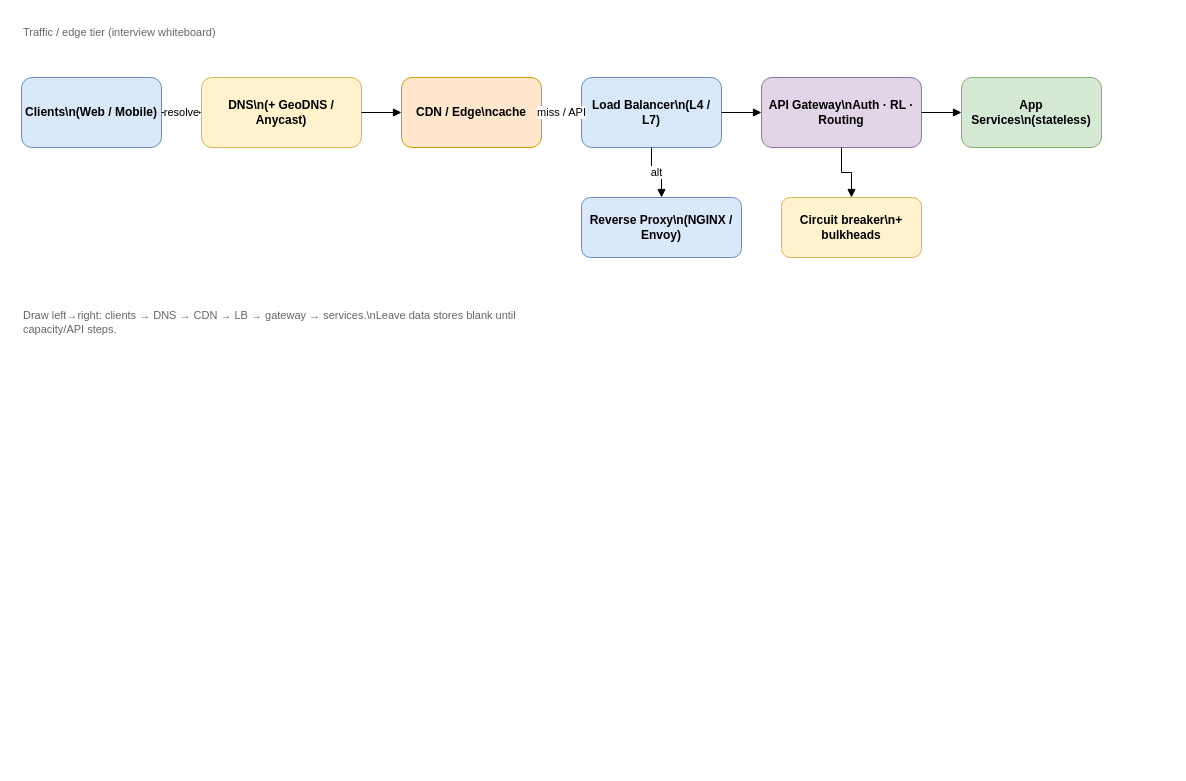
yazeedsawalha/system-design keeps this draw.io diagram as diagrams/foundations-traffic-tier.drawio. Above is the earlier version. Source tidied: cells renumbered, new cells numbered last; positions are measured from the earlier drawing's top-left corner, leaving out a move shared by most shapes. Both pictures are drawn from the tidied source at 100%, with x=0, y=0 at pixel (21, 17).
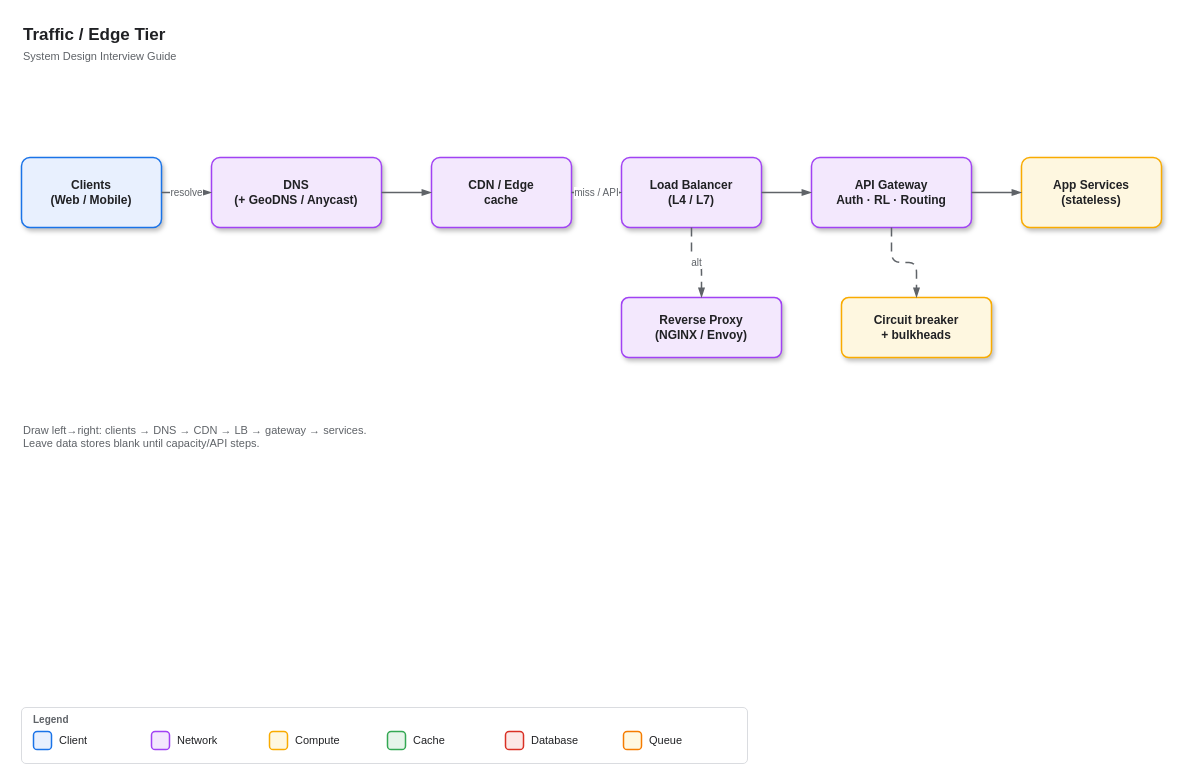
Above is the later version.

Change to the diagram source:
```diff
@@
-<mxGraphModel>
+<mxGraphModel background="#ffffff">
@@
-    <mxCell id="2" value="Traffic / edge tier (interview whiteboard)" style="text;html=1;strokeColor=none;fillColor=none;align=left;verticalAlign=middle;whiteSpace=wrap;rounded=0;fontSize=11;fontColor=#666666;" parent="1" vertex="1">
-      <mxGeometry width="420" height="30" as="geometry" />
-    </mxCell>
-    <mxCell id="3" value="Clients\n(Web / Mobile)" style="rounded=1;whiteSpace=wrap;html=1;fillColor=#dae8fc;strokeColor=#6c8ebf;fontStyle=1;fontSize=12;" parent="1" vertex="1">
-      <mxGeometry y="60" width="140" height="70" as="geometry" />
-    </mxCell>
-    <mxCell id="4" value="DNS\n(+ GeoDNS / Anycast)" style="rounded=1;whiteSpace=wrap;html=1;fillColor=#fff2cc;strokeColor=#d6b656;fontStyle=1;fontSize=12;" parent="1" vertex="1">
-      <mxGeometry x="180" y="60" width="160" height="70" as="geometry" />
-    </mxCell>
-    <mxCell id="5" value="CDN / Edge\ncache" style="rounded=1;whiteSpace=wrap;html=1;fillColor=#ffe6cc;strokeColor=#d79b00;fontStyle=1;fontSize=12;" parent="1" vertex="1">
-      <mxGeometry x="380" y="60" width="140" height="70" as="geometry" />
-    </mxCell>
-    <mxCell id="6" value="Load Balancer\n(L4 / L7)" style="rounded=1;whiteSpace=wrap;html=1;fillColor=#dae8fc;strokeColor=#6c8ebf;fontStyle=1;fontSize=12;" parent="1" vertex="1">
-      <mxGeometry x="560" y="60" width="140" height="70" as="geometry" />
-    </mxCell>
-    <mxCell id="7" value="API Gateway\nAuth · RL · Routing" style="rounded=1;whiteSpace=wrap;html=1;fillColor=#e1d5e7;strokeColor=#9673a6;fontStyle=1;fontSize=12;" parent="1" vertex="1">
-      <mxGeometry x="740" y="60" width="160" height="70" as="geometry" />
-    </mxCell>
-    <mxCell id="8" value="App Services\n(stateless)" style="rounded=1;whiteSpace=wrap;html=1;fillColor=#d5e8d4;strokeColor=#82b366;fontStyle=1;fontSize=12;" parent="1" vertex="1">
-      <mxGeometry x="940" y="60" width="140" height="70" as="geometry" />
-    </mxCell>
-    <mxCell id="9" value="Reverse Proxy\n(NGINX / Envoy)" style="rounded=1;whiteSpace=wrap;html=1;fillColor=#dae8fc;strokeColor=#6c8ebf;fontStyle=1;fontSize=12;" parent="1" vertex="1">
-      <mxGeometry x="560" y="180" width="160" height="60" as="geometry" />
-    </mxCell>
-    <mxCell id="10" value="Circuit breaker\n+ bulkheads" style="rounded=1;whiteSpace=wrap;html=1;fillColor=#fff2cc;strokeColor=#d6b656;fontStyle=1;fontSize=12;" parent="1" vertex="1">
-      <mxGeometry x="760" y="180" width="140" height="60" as="geometry" />
-    </mxCell>
-    <mxCell id="11" value="Draw left→right: clients → DNS → CDN → LB → gateway → services.\nLeave data stores blank until capacity/API steps." style="text;html=1;strokeColor=none;fillColor=none;align=left;verticalAlign=middle;whiteSpace=wrap;rounded=0;fontSize=11;fontColor=#666666;" parent="1" vertex="1">
-      <mxGeometry y="280" width="520" height="50" as="geometry" />
-    </mxCell>
+    <mxCell id="19" value="Traffic / Edge Tier" style="text;html=1;strokeColor=none;fillColor=none;align=left;verticalAlign=middle;whiteSpace=wrap;rounded=0;fontSize=17;fontStyle=1;fontFamily=Helvetica;fontColor=#202124;" parent="1" vertex="1">
+      <mxGeometry y="4" width="700" height="28" as="geometry" />
+    </mxCell>
+    <mxCell id="20" value="System Design Interview Guide" style="text;html=1;strokeColor=none;fillColor=none;align=left;verticalAlign=middle;whiteSpace=wrap;rounded=0;fontSize=11;fontFamily=Helvetica;fontColor=#5F6368;" parent="1" vertex="1">
+      <mxGeometry y="30" width="280" height="18" as="geometry" />
+    </mxCell>
+    <mxCell id="21" value="Clients&#10;(Web / Mobile)" style="rounded=1;whiteSpace=wrap;html=1;arcSize=12;fillColor=#E8F0FE;strokeColor=#1A73E8;strokeWidth=1.5;fontStyle=1;fontSize=12;fontFamily=Helvetica;fontColor=#202124;shadow=1;" parent="1" vertex="1">
+      <mxGeometry y="140" width="140" height="70" as="geometry" />
+    </mxCell>
+    <mxCell id="22" value="DNS&#10;(+ GeoDNS / Anycast)" style="rounded=1;whiteSpace=wrap;html=1;arcSize=12;fillColor=#F3E8FD;strokeColor=#A142F4;strokeWidth=1.5;fontStyle=1;fontSize=12;fontFamily=Helvetica;fontColor=#202124;shadow=1;" parent="1" vertex="1">
+      <mxGeometry x="190" y="140" width="170" height="70" as="geometry" />
+    </mxCell>
+    <mxCell id="23" value="CDN / Edge&#10;cache" style="rounded=1;whiteSpace=wrap;html=1;arcSize=12;fillColor=#F3E8FD;strokeColor=#A142F4;strokeWidth=1.5;fontStyle=1;fontSize=12;fontFamily=Helvetica;fontColor=#202124;shadow=1;" parent="1" vertex="1">
+      <mxGeometry x="410" y="140" width="140" height="70" as="geometry" />
+    </mxCell>
+    <mxCell id="24" value="Load Balancer&#10;(L4 / L7)" style="rounded=1;whiteSpace=wrap;html=1;arcSize=12;fillColor=#F3E8FD;strokeColor=#A142F4;strokeWidth=1.5;fontStyle=1;fontSize=12;fontFamily=Helvetica;fontColor=#202124;shadow=1;" parent="1" vertex="1">
+      <mxGeometry x="600" y="140" width="140" height="70" as="geometry" />
+    </mxCell>
+    <mxCell id="25" value="API Gateway&#10;Auth · RL · Routing" style="rounded=1;whiteSpace=wrap;html=1;arcSize=12;fillColor=#F3E8FD;strokeColor=#A142F4;strokeWidth=1.5;fontStyle=1;fontSize=12;fontFamily=Helvetica;fontColor=#202124;shadow=1;" parent="1" vertex="1">
+      <mxGeometry x="790" y="140" width="160" height="70" as="geometry" />
+    </mxCell>
+    <mxCell id="26" value="App Services&#10;(stateless)" style="rounded=1;whiteSpace=wrap;html=1;arcSize=12;fillColor=#FEF7E0;strokeColor=#F9AB00;strokeWidth=1.5;fontStyle=1;fontSize=12;fontFamily=Helvetica;fontColor=#202124;shadow=1;" parent="1" vertex="1">
+      <mxGeometry x="1000" y="140" width="140" height="70" as="geometry" />
+    </mxCell>
+    <mxCell id="27" value="Reverse Proxy&#10;(NGINX / Envoy)" style="rounded=1;whiteSpace=wrap;html=1;arcSize=12;fillColor=#F3E8FD;strokeColor=#A142F4;strokeWidth=1.5;fontStyle=1;fontSize=12;fontFamily=Helvetica;fontColor=#202124;shadow=1;" parent="1" vertex="1">
+      <mxGeometry x="600" y="280" width="160" height="60" as="geometry" />
+    </mxCell>
+    <mxCell id="28" value="Circuit breaker&#10;+ bulkheads" style="rounded=1;whiteSpace=wrap;html=1;arcSize=12;fillColor=#FEF7E0;strokeColor=#F9AB00;strokeWidth=1.5;fontStyle=1;fontSize=12;fontFamily=Helvetica;fontColor=#202124;shadow=1;" parent="1" vertex="1">
+      <mxGeometry x="820" y="280" width="150" height="60" as="geometry" />
+    </mxCell>
-    <mxCell id="12" value="resolve" style="edgeStyle=orthogonalEdgeStyle;rounded=0;jettySize=auto;html=1;endArrow=block;endFill=1;" parent="1" edge="1" source="3" target="4">
+    <mxCell id="12" value="resolve" style="edgeStyle=orthogonalEdgeStyle;rounded=1;jettySize=auto;html=1;endArrow=blockThin;endFill=1;strokeWidth=1.5;strokeColor=#5F6368;fontFamily=Helvetica;fontSize=10;fontColor=#5F6368;" parent="1" edge="1" source="21" target="22">
       <mxGeometry relative="1" as="geometry" />
     </mxCell>
-    <mxCell id="13" style="edgeStyle=orthogonalEdgeStyle;rounded=0;jettySize=auto;html=1;endArrow=block;endFill=1;" parent="1" edge="1" source="4" target="5">
-      <mxGeometry relative="1" as="geometry" />
-    </mxCell>
+    <mxCell id="29" style="edgeStyle=orthogonalEdgeStyle;rounded=1;jettySize=auto;html=1;endArrow=blockThin;endFill=1;strokeWidth=1.5;strokeColor=#5F6368;fontFamily=Helvetica;fontSize=10;fontColor=#5F6368;" parent="1" edge="1" source="22" target="23">
+      <mxGeometry relative="1" as="geometry" />
+    </mxCell>
-    <mxCell id="14" value="miss / API" style="edgeStyle=orthogonalEdgeStyle;rounded=0;jettySize=auto;html=1;endArrow=block;endFill=1;" parent="1" edge="1" source="5" target="6">
+    <mxCell id="14" value="miss / API" style="edgeStyle=orthogonalEdgeStyle;rounded=1;jettySize=auto;html=1;endArrow=blockThin;endFill=1;strokeWidth=1.5;strokeColor=#5F6368;fontFamily=Helvetica;fontSize=10;fontColor=#5F6368;" parent="1" edge="1" source="23" target="24">
       <mxGeometry relative="1" as="geometry" />
     </mxCell>
-    <mxCell id="15" style="edgeStyle=orthogonalEdgeStyle;rounded=0;jettySize=auto;html=1;endArrow=block;endFill=1;" parent="1" edge="1" source="6" target="7">
-      <mxGeometry relative="1" as="geometry" />
-    </mxCell>
-    <mxCell id="16" style="edgeStyle=orthogonalEdgeStyle;rounded=0;jettySize=auto;html=1;endArrow=block;endFill=1;" parent="1" edge="1" source="7" target="8">
-      <mxGeometry relative="1" as="geometry" />
-    </mxCell>
+    <mxCell id="30" style="edgeStyle=orthogonalEdgeStyle;rounded=1;jettySize=auto;html=1;endArrow=blockThin;endFill=1;strokeWidth=1.5;strokeColor=#5F6368;fontFamily=Helvetica;fontSize=10;fontColor=#5F6368;" parent="1" edge="1" source="24" target="25">
+      <mxGeometry relative="1" as="geometry" />
+    </mxCell>
+    <mxCell id="31" style="edgeStyle=orthogonalEdgeStyle;rounded=1;jettySize=auto;html=1;endArrow=blockThin;endFill=1;strokeWidth=1.5;strokeColor=#5F6368;fontFamily=Helvetica;fontSize=10;fontColor=#5F6368;" parent="1" edge="1" source="25" target="26">
+      <mxGeometry relative="1" as="geometry" />
+    </mxCell>
-    <mxCell id="17" value="alt" style="edgeStyle=orthogonalEdgeStyle;rounded=0;jettySize=auto;html=1;endArrow=block;endFill=1;" parent="1" edge="1" source="6" target="9">
+    <mxCell id="17" value="alt" style="edgeStyle=orthogonalEdgeStyle;rounded=1;jettySize=auto;html=1;endArrow=blockThin;endFill=1;strokeWidth=1.5;strokeColor=#5F6368;fontFamily=Helvetica;fontSize=10;fontColor=#5F6368;dashed=1;dashPattern=6 4;" parent="1" edge="1" source="24" target="27">
       <mxGeometry relative="1" as="geometry" />
     </mxCell>
-    <mxCell id="18" style="edgeStyle=orthogonalEdgeStyle;rounded=0;jettySize=auto;html=1;endArrow=block;endFill=1;" parent="1" edge="1" source="7" target="10">
-      <mxGeometry relative="1" as="geometry" />
-    </mxCell>
+    <mxCell id="32" style="edgeStyle=orthogonalEdgeStyle;rounded=1;jettySize=auto;html=1;endArrow=blockThin;endFill=1;strokeWidth=1.5;strokeColor=#5F6368;fontFamily=Helvetica;fontSize=10;fontColor=#5F6368;dashed=1;dashPattern=6 4;" parent="1" edge="1" source="25" target="28">
+      <mxGeometry relative="1" as="geometry" />
+    </mxCell>
+    <mxCell id="33" value="Draw left→right: clients → DNS → CDN → LB → gateway → services.&#10;Leave data stores blank until capacity/API steps." style="text;html=1;strokeColor=none;fillColor=none;align=left;verticalAlign=top;whiteSpace=wrap;rounded=0;fontSize=11;fontFamily=Helvetica;fontColor=#5F6368;" parent="1" vertex="1">
+      <mxGeometry y="400" width="560" height="50" as="geometry" />
+    </mxCell>
+    <mxCell id="34" style="rounded=1;whiteSpace=wrap;html=1;arcSize=8;fillColor=#FFFFFF;strokeColor=#DADCE0;strokeWidth=1;shadow=0;" parent="1" vertex="1">
+      <mxGeometry y="690" width="726" height="56" as="geometry" />
+    </mxCell>
+    <mxCell id="35" value="Legend" style="text;html=1;strokeColor=none;fillColor=none;align=left;verticalAlign=middle;fontSize=10;fontStyle=1;fontFamily=Helvetica;fontColor=#5F6368;" parent="1" vertex="1">
+      <mxGeometry x="10" y="694" width="60" height="16" as="geometry" />
+    </mxCell>
+    <mxCell id="36" style="rounded=1;whiteSpace=wrap;html=1;arcSize=20;fillColor=#E8F0FE;strokeColor=#1A73E8;strokeWidth=1.5;" parent="1" vertex="1">
+      <mxGeometry x="12" y="714" width="18" height="18" as="geometry" />
+    </mxCell>
+    <mxCell id="37" value="Client" style="text;html=1;strokeColor=none;fillColor=none;align=left;verticalAlign=middle;fontSize=11;fontFamily=Helvetica;fontColor=#202124;" parent="1" vertex="1">
+      <mxGeometry x="36" y="712" width="90" height="22" as="geometry" />
+    </mxCell>
+    <mxCell id="38" style="rounded=1;whiteSpace=wrap;html=1;arcSize=20;fillColor=#F3E8FD;strokeColor=#A142F4;strokeWidth=1.5;" parent="1" vertex="1">
+      <mxGeometry x="130" y="714" width="18" height="18" as="geometry" />
+    </mxCell>
+    <mxCell id="39" value="Network" style="text;html=1;strokeColor=none;fillColor=none;align=left;verticalAlign=middle;fontSize=11;fontFamily=Helvetica;fontColor=#202124;" parent="1" vertex="1">
+      <mxGeometry x="154" y="712" width="90" height="22" as="geometry" />
+    </mxCell>
+    <mxCell id="40" style="rounded=1;whiteSpace=wrap;html=1;arcSize=20;fillColor=#FEF7E0;strokeColor=#F9AB00;strokeWidth=1.5;" parent="1" vertex="1">
+      <mxGeometry x="248" y="714" width="18" height="18" as="geometry" />
+    </mxCell>
+    <mxCell id="41" value="Compute" style="text;html=1;strokeColor=none;fillColor=none;align=left;verticalAlign=middle;fontSize=11;fontFamily=Helvetica;fontColor=#202124;" parent="1" vertex="1">
+      <mxGeometry x="272" y="712" width="90" height="22" as="geometry" />
+    </mxCell>
+    <mxCell id="42" style="rounded=1;whiteSpace=wrap;html=1;arcSize=20;fillColor=#E6F4EA;strokeColor=#34A853;strokeWidth=1.5;" parent="1" vertex="1">
+      <mxGeometry x="366" y="714" width="18" height="18" as="geometry" />
+    </mxCell>
+    <mxCell id="43" value="Cache" style="text;html=1;strokeColor=none;fillColor=none;align=left;verticalAlign=middle;fontSize=11;fontFamily=Helvetica;fontColor=#202124;" parent="1" vertex="1">
+      <mxGeometry x="390" y="712" width="90" height="22" as="geometry" />
+    </mxCell>
+    <mxCell id="44" style="rounded=1;whiteSpace=wrap;html=1;arcSize=20;fillColor=#FCE8E6;strokeColor=#D93025;strokeWidth=1.5;" parent="1" vertex="1">
+      <mxGeometry x="484" y="714" width="18" height="18" as="geometry" />
+    </mxCell>
+    <mxCell id="45" value="Database" style="text;html=1;strokeColor=none;fillColor=none;align=left;verticalAlign=middle;fontSize=11;fontFamily=Helvetica;fontColor=#202124;" parent="1" vertex="1">
+      <mxGeometry x="508" y="712" width="90" height="22" as="geometry" />
+    </mxCell>
+    <mxCell id="46" style="rounded=1;whiteSpace=wrap;html=1;arcSize=20;fillColor=#FFF8E1;strokeColor=#F57C00;strokeWidth=1.5;" parent="1" vertex="1">
+      <mxGeometry x="602" y="714" width="18" height="18" as="geometry" />
+    </mxCell>
+    <mxCell id="47" value="Queue" style="text;html=1;strokeColor=none;fillColor=none;align=left;verticalAlign=middle;fontSize=11;fontFamily=Helvetica;fontColor=#202124;" parent="1" vertex="1">
+      <mxGeometry x="626" y="712" width="90" height="22" as="geometry" />
+    </mxCell>
```
